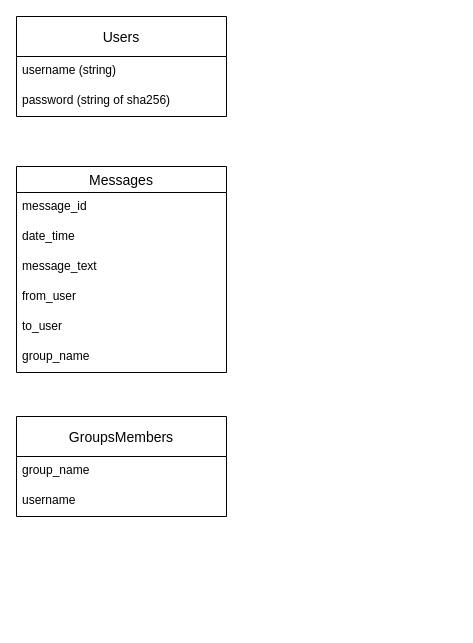
Above: sql_tabels.drawio in lucky-rydar/miMessage (draw.io), before the change. Source tidied: cells renumbered, new cells numbered last; positions are measured from the earlier drawing's top-left corner, leaving out a move shared by most shapes. Both pictures are drawn from the tidied source at 100%, with x=0, y=0 at pixel (16, 16).
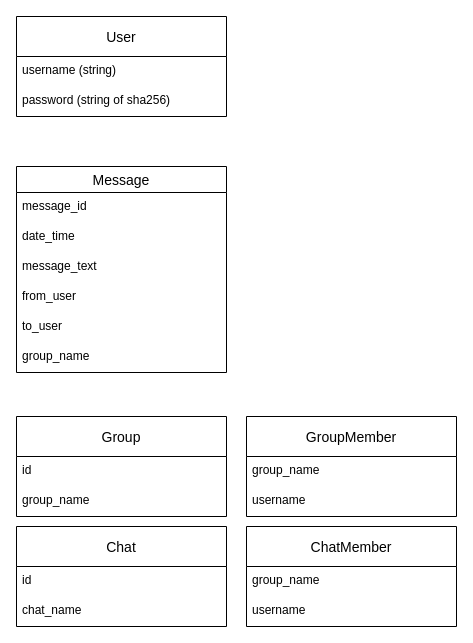
The same page after the edit.

What changed in the source:
```diff
@@
-    <mxCell id="2" value="Users" style="swimlane;fontStyle=0;horizontal=1;startSize=40;align=center;fontSize=14;" parent="1" vertex="1">
+    <mxCell id="2" value="User" style="swimlane;fontStyle=0;horizontal=1;startSize=40;align=center;fontSize=14;" parent="1" vertex="1">
       <mxGeometry width="210" height="100" as="geometry" />
     </mxCell>
@@
-    <mxCell id="5" value="GroupsMembers" style="swimlane;fontStyle=0;horizontal=1;startSize=40;align=center;fontSize=14;" parent="1" vertex="1">
-      <mxGeometry y="400" width="210" height="100" as="geometry" />
-    </mxCell>
-    <mxCell id="6" value="group_name" style="text;strokeColor=none;fillColor=none;spacingLeft=4;spacingRight=4;overflow=hidden;fontSize=12;" parent="5" vertex="1">
-      <mxGeometry y="40" width="210" height="30" as="geometry" />
-    </mxCell>
-    <mxCell id="7" value="username" style="text;strokeColor=none;fillColor=none;spacingLeft=4;spacingRight=4;overflow=hidden;fontSize=12;" parent="5" vertex="1">
-      <mxGeometry y="70" width="210" height="30" as="geometry" />
-    </mxCell>
-    <mxCell id="8" value="Messages" style="swimlane;fontStyle=0;horizontal=1;startSize=26;align=center;fontSize=14;" parent="1" vertex="1">
+    <mxCell id="8" value="Message" style="swimlane;fontStyle=0;horizontal=1;startSize=26;align=center;fontSize=14;" parent="1" vertex="1">
       <mxGeometry y="150" width="210" height="206" as="geometry" />
     </mxCell>
@@
+    <mxCell id="15" value="Chat" style="swimlane;fontStyle=0;horizontal=1;startSize=40;align=center;fontSize=14;" parent="1" vertex="1">
+      <mxGeometry y="510" width="210" height="100" as="geometry" />
+    </mxCell>
+    <mxCell id="16" value="id" style="text;strokeColor=none;fillColor=none;spacingLeft=4;spacingRight=4;overflow=hidden;fontSize=12;" parent="15" vertex="1">
+      <mxGeometry y="40" width="210" height="30" as="geometry" />
+    </mxCell>
+    <mxCell id="17" value="chat_name" style="text;strokeColor=none;fillColor=none;spacingLeft=4;spacingRight=4;overflow=hidden;fontSize=12;" parent="15" vertex="1">
+      <mxGeometry y="70" width="210" height="30" as="geometry" />
+    </mxCell>
+    <mxCell id="18" value="ChatMember" style="swimlane;fontStyle=0;horizontal=1;startSize=40;align=center;fontSize=14;" parent="1" vertex="1">
+      <mxGeometry x="230" y="510" width="210" height="100" as="geometry" />
+    </mxCell>
+    <mxCell id="19" value="group_name" style="text;strokeColor=none;fillColor=none;spacingLeft=4;spacingRight=4;overflow=hidden;fontSize=12;" parent="18" vertex="1">
+      <mxGeometry y="40" width="210" height="30" as="geometry" />
+    </mxCell>
+    <mxCell id="20" value="username" style="text;strokeColor=none;fillColor=none;spacingLeft=4;spacingRight=4;overflow=hidden;fontSize=12;" parent="18" vertex="1">
+      <mxGeometry y="70" width="210" height="30" as="geometry" />
+    </mxCell>
+    <mxCell id="5" value="GroupMember" style="swimlane;fontStyle=0;horizontal=1;startSize=40;align=center;fontSize=14;" parent="1" vertex="1">
+      <mxGeometry x="230" y="400" width="210" height="100" as="geometry" />
+    </mxCell>
+    <mxCell id="6" value="group_name" style="text;strokeColor=none;fillColor=none;spacingLeft=4;spacingRight=4;overflow=hidden;fontSize=12;" parent="5" vertex="1">
+      <mxGeometry y="40" width="210" height="30" as="geometry" />
+    </mxCell>
+    <mxCell id="7" value="username" style="text;strokeColor=none;fillColor=none;spacingLeft=4;spacingRight=4;overflow=hidden;fontSize=12;" parent="5" vertex="1">
+      <mxGeometry y="70" width="210" height="30" as="geometry" />
+    </mxCell>
+    <mxCell id="21" value="Group" style="swimlane;fontStyle=0;horizontal=1;startSize=40;align=center;fontSize=14;" parent="1" vertex="1">
+      <mxGeometry y="400" width="210" height="100" as="geometry" />
+    </mxCell>
+    <mxCell id="22" value="id" style="text;strokeColor=none;fillColor=none;spacingLeft=4;spacingRight=4;overflow=hidden;fontSize=12;" parent="21" vertex="1">
+      <mxGeometry y="40" width="210" height="30" as="geometry" />
+    </mxCell>
+    <mxCell id="23" value="group_name" style="text;strokeColor=none;fillColor=none;spacingLeft=4;spacingRight=4;overflow=hidden;fontSize=12;" parent="21" vertex="1">
+      <mxGeometry y="70" width="210" height="30" as="geometry" />
+    </mxCell>
```
